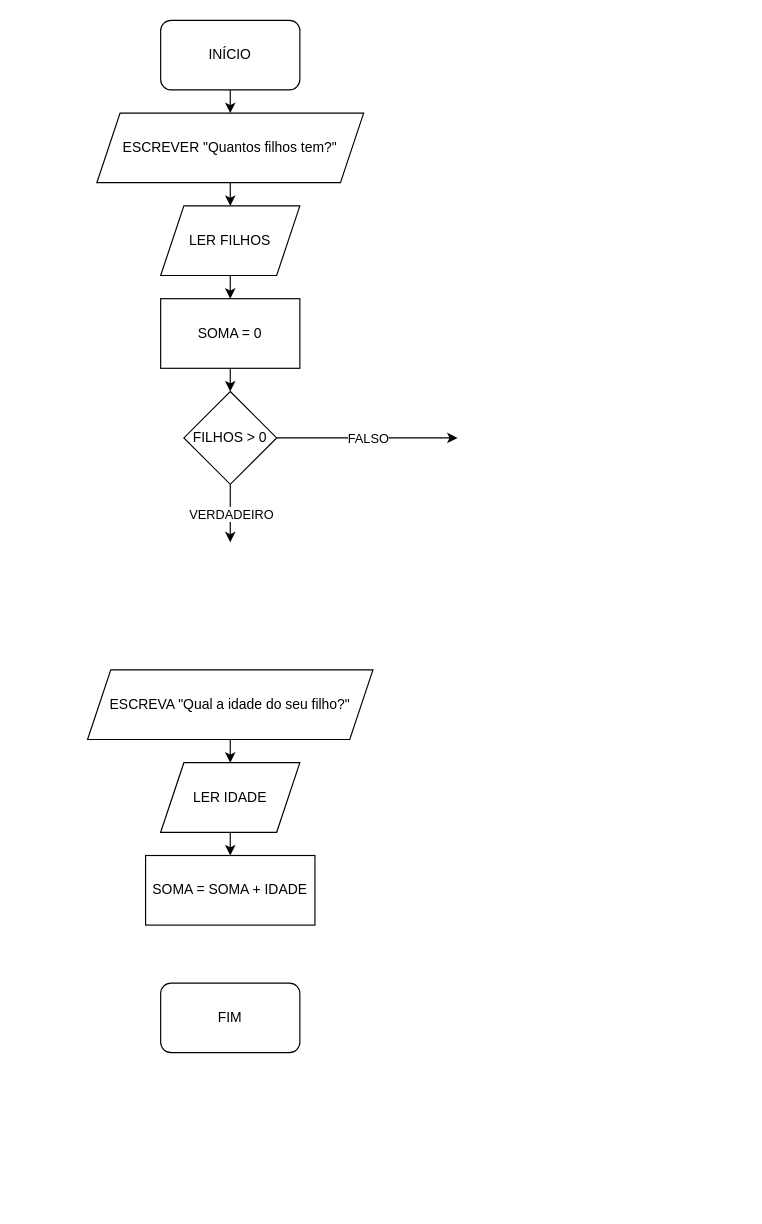
Before: 1P-PROG-UFCD-0804-TRABALHOFINAL-14488.drawio in VascoMatos/fluxogramas, a draw.io diagram. Source tidied: cells renumbered, new cells numbered last; positions are measured from the earlier drawing's top-left corner, leaving out a move shared by most shapes. Both pictures are drawn from the tidied source at 116%, with x=0, y=0 at pixel (87, 20).
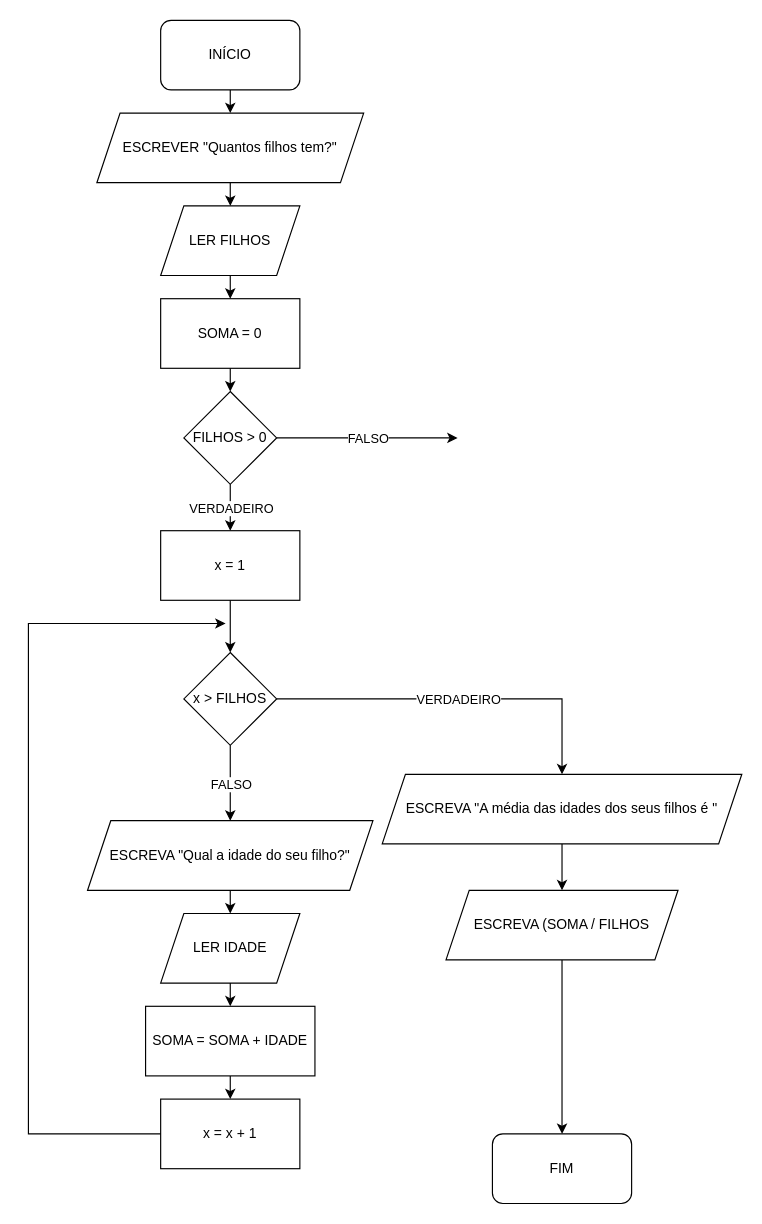
Above is the later version.

The change refers to these unchanged cells:
```xml
<mxCell id="10" value="FILHOS &amp;gt; 0" style="rhombus;whiteSpace=wrap;html=1;" parent="1" vertex="1">
  <mxGeometry x="83" y="320" width="80" height="80" as="geometry" />
</mxCell>
```

What changed in the source:
```diff
@@
     <mxCell id="3" value="FIM" style="rounded=1;whiteSpace=wrap;html=1;" parent="1" vertex="1">
-      <mxGeometry x="63" y="830" width="120" height="60" as="geometry" />
+      <mxGeometry x="349" y="960" width="120" height="60" as="geometry" />
     </mxCell>
@@
-    <mxCell id="12" style="endArrow=classic;html=1;rounded=0;exitX=0.5;exitY=1;exitDx=0;exitDy=0;" parent="1" edge="1" source="10">
-      <mxGeometry relative="1" as="geometry">
-        <mxPoint x="123" y="450" as="targetPoint" />
-      </mxGeometry>
+    <mxCell id="12" style="endArrow=classic;html=1;rounded=0;exitX=0.5;exitY=1;exitDx=0;exitDy=0;" parent="1" edge="1" source="10" target="21">
+      <mxGeometry relative="1" as="geometry" />
     </mxCell>
@@
     <mxCell id="16" value="ESCREVA &quot;Qual a idade do seu filho?&quot;" style="shape=parallelogram;perimeter=parallelogramPerimeter;whiteSpace=wrap;html=1;fixedSize=1;" parent="1" vertex="1">
-      <mxGeometry y="560" width="246" height="60" as="geometry" />
+      <mxGeometry y="690" width="246" height="60" as="geometry" />
     </mxCell>
     <mxCell id="17" value="LER IDADE" style="shape=parallelogram;perimeter=parallelogramPerimeter;whiteSpace=wrap;html=1;fixedSize=1;" parent="1" vertex="1">
-      <mxGeometry x="63" y="640" width="120" height="60" as="geometry" />
+      <mxGeometry x="63" y="770" width="120" height="60" as="geometry" />
     </mxCell>
@@
     <mxCell id="19" value="SOMA = SOMA + IDADE" style="rounded=0;whiteSpace=wrap;html=1;" parent="1" vertex="1">
-      <mxGeometry x="50" y="720" width="146" height="60" as="geometry" />
+      <mxGeometry x="50" y="850" width="146" height="60" as="geometry" />
     </mxCell>
@@
+    <mxCell id="21" value="x = 1" style="rounded=0;whiteSpace=wrap;html=1;" parent="1" vertex="1">
+      <mxGeometry x="63" y="440" width="120" height="60" as="geometry" />
+    </mxCell>
+    <mxCell id="22" value="x &amp;gt; FILHOS" style="rhombus;whiteSpace=wrap;html=1;" parent="1" vertex="1">
+      <mxGeometry x="83" y="545" width="80" height="80" as="geometry" />
+    </mxCell>
+    <mxCell id="23" style="endArrow=classic;html=1;rounded=0;exitX=0.5;exitY=1;exitDx=0;exitDy=0;entryX=0.5;entryY=0;entryDx=0;entryDy=0;" parent="1" edge="1" source="21" target="22">
+      <mxGeometry relative="1" as="geometry" />
+    </mxCell>
+    <mxCell id="24" style="endArrow=classic;html=1;rounded=0;exitX=0.5;exitY=1;exitDx=0;exitDy=0;entryX=0.5;entryY=0;entryDx=0;entryDy=0;" parent="1" edge="1" source="22" target="16">
+      <mxGeometry relative="1" as="geometry" />
+    </mxCell>
+    <mxCell id="25" value="FALSO" style="edgeLabel;html=1;align=center;verticalAlign=middle;" parent="24" vertex="1">
+      <mxGeometry relative="1" as="geometry" />
+    </mxCell>
+    <mxCell id="26" value="x = x + 1" style="rounded=0;whiteSpace=wrap;html=1;" parent="1" vertex="1">
+      <mxGeometry x="63" y="930" width="120" height="60" as="geometry" />
+    </mxCell>
+    <mxCell id="27" style="endArrow=classic;html=1;rounded=0;exitX=0.5;exitY=1;exitDx=0;exitDy=0;entryX=0.5;entryY=0;entryDx=0;entryDy=0;" parent="1" edge="1" source="19" target="26">
+      <mxGeometry relative="1" as="geometry" />
+    </mxCell>
+    <mxCell id="28" style="endArrow=classic;html=1;rounded=0;exitX=0;exitY=0.5;exitDx=0;exitDy=0;" parent="1" edge="1" source="26">
+      <mxGeometry relative="1" as="geometry">
+        <mxPoint x="119" y="520" as="targetPoint" />
+        <Array as="points">
+          <mxPoint x="-51" y="960" />
+          <mxPoint x="-51" y="520" />
+        </Array>
+      </mxGeometry>
+    </mxCell>
+    <mxCell id="29" style="endArrow=classic;html=1;rounded=0;exitX=1;exitY=0.5;exitDx=0;exitDy=0;entryX=0.5;entryY=0;entryDx=0;entryDy=0;" parent="1" edge="1" source="22" target="31">
+      <mxGeometry relative="1" as="geometry">
+        <Array as="points">
+          <mxPoint x="409" y="585" />
+        </Array>
+      </mxGeometry>
+    </mxCell>
+    <mxCell id="30" value="VERDADEIRO" style="edgeLabel;html=1;align=center;verticalAlign=middle;" parent="29" vertex="1">
+      <mxGeometry relative="1" as="geometry" />
+    </mxCell>
+    <mxCell id="31" value="ESCREVA &quot;A média das idades dos seus filhos é &quot;" style="shape=parallelogram;perimeter=parallelogramPerimeter;whiteSpace=wrap;html=1;fixedSize=1;" parent="1" vertex="1">
+      <mxGeometry x="254" y="650" width="310" height="60" as="geometry" />
+    </mxCell>
+    <mxCell id="32" style="endArrow=classic;html=1;rounded=0;exitX=0.5;exitY=1;exitDx=0;exitDy=0;" parent="1" edge="1" source="31" target="33">
+      <mxGeometry relative="1" as="geometry" />
+    </mxCell>
+    <mxCell id="33" value="ESCREVA (SOMA / FILHOS" style="shape=parallelogram;perimeter=parallelogramPerimeter;whiteSpace=wrap;html=1;fixedSize=1;" parent="1" vertex="1">
+      <mxGeometry x="309" y="750" width="200" height="60" as="geometry" />
+    </mxCell>
+    <mxCell id="34" style="endArrow=classic;html=1;rounded=0;exitX=0.5;exitY=1;exitDx=0;exitDy=0;entryX=0.5;entryY=0;entryDx=0;entryDy=0;" parent="1" edge="1" source="33" target="3">
+      <mxGeometry relative="1" as="geometry" />
+    </mxCell>
```
